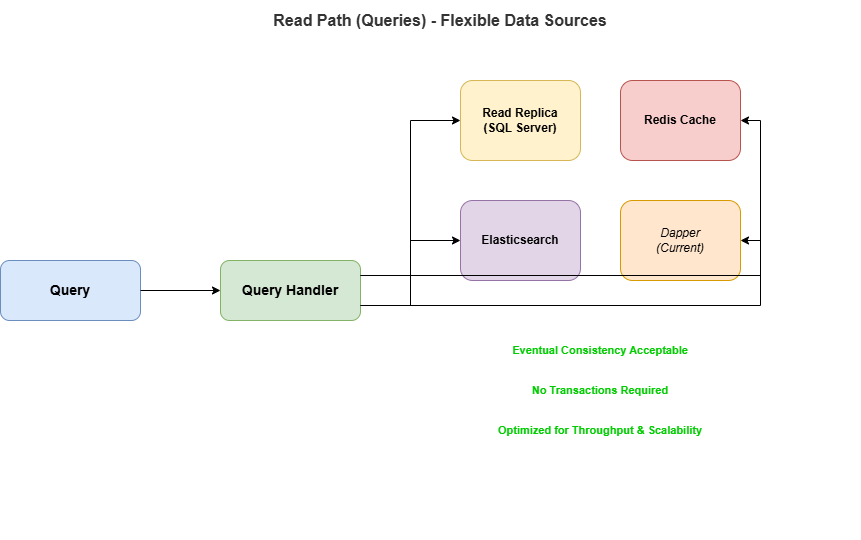
Above: docs/diagrams/QueryFlow.png in mohd2sh/CleanArchitecture-DDD-CQRS (draw.io), before the change. Source tidied: cells renumbered, new cells last; positions are measured from the earlier drawing's top-left corner, leaving out a move shared by most shapes.
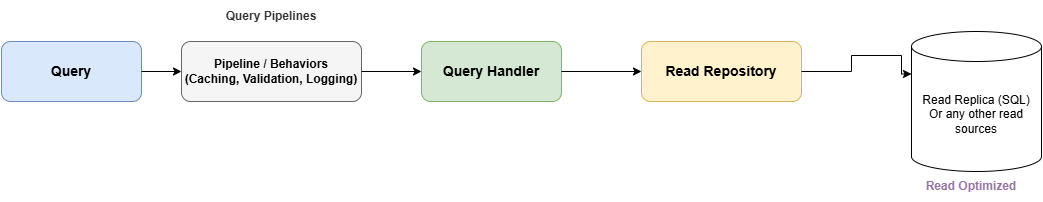
The same file after the commit.

Change to the diagram source:
```diff
@@ -3,52 +3,43 @@
     <mxCell id="0" />
     <mxCell id="1" parent="0" />
     <mxCell id="2" value="Query" style="rounded=1;whiteSpace=wrap;html=1;fillColor=#dae8fc;strokeColor=#6c8ebf;fontStyle=1;fontSize=14;" parent="1" vertex="1">
-      <mxGeometry y="260" width="140" height="60" as="geometry" />
+      <mxGeometry y="80" width="140" height="60" as="geometry" />
     </mxCell>
+    <mxCell id="18" value="Pipeline / Behaviors&#10;(Caching, Validation, Logging)" style="rounded=1;whiteSpace=wrap;html=1;fillColor=#f5f5f5;strokeColor=#666666;fontStyle=1;fontSize=12;align=center;" parent="1" vertex="1">
+      <mxGeometry x="180" y="80" width="180" height="60" as="geometry" />
+    </mxCell>
-    <mxCell id="3" value="Query Handler" style="rounded=1;whiteSpace=wrap;html=1;fillColor=#d5e8d4;strokeColor=#82b366;fontStyle=1;fontSize=14;align=center;" parent="1" vertex="1">
-      <mxGeometry x="220" y="260" width="140" height="60" as="geometry" />
+    <mxCell id="3" value="Query Handler" style="rounded=1;whiteSpace=wrap;html=1;fillColor=#d5e8d4;strokeColor=#82b366;fontStyle=1;fontSize=14;" parent="1" vertex="1">
+      <mxGeometry x="420" y="80" width="140" height="60" as="geometry" />
     </mxCell>
-    <mxCell id="4" style="rounded=0;whiteSpace=wrap;html=1;strokeColor=none;fillColor=none;" parent="1" vertex="1">
-      <mxGeometry x="440" y="60" width="420" height="480" as="geometry" />
-    </mxCell>
-    <mxCell id="5" value="Read Replica&#10;(SQL Server)" style="rounded=1;whiteSpace=wrap;html=1;fillColor=#fff2cc;strokeColor=#d6b656;fontStyle=1;fontSize=12;align=center;" parent="1" vertex="1">
-      <mxGeometry x="460" y="80" width="120" height="80" as="geometry" />
-    </mxCell>
-    <mxCell id="6" value="Redis Cache" style="rounded=1;whiteSpace=wrap;html=1;fillColor=#f8cecc;strokeColor=#b85450;fontStyle=1;fontSize=12;align=center;" parent="1" vertex="1">
-      <mxGeometry x="620" y="80" width="120" height="80" as="geometry" />
-    </mxCell>
-    <mxCell id="7" value="Elasticsearch" style="rounded=1;whiteSpace=wrap;html=1;fillColor=#e1d5e7;strokeColor=#9673a6;fontStyle=1;fontSize=12;align=center;" parent="1" vertex="1">
-      <mxGeometry x="460" y="200" width="120" height="80" as="geometry" />
-    </mxCell>
-    <mxCell id="8" value="Dapper&#10;(Current)" style="rounded=1;whiteSpace=wrap;html=1;fillColor=#ffe6cc;strokeColor=#d79b00;fontStyle=1;fontSize=12;align=center;fontStyle=2;" parent="1" vertex="1">
-      <mxGeometry x="620" y="200" width="120" height="80" as="geometry" />
-    </mxCell>
-    <mxCell id="9" value="Eventual Consistency Acceptable" style="text;html=1;strokeColor=none;fillColor=none;align=center;verticalAlign=middle;whiteSpace=wrap;rounded=0;fontStyle=1;fontSize=11;fontColor=#00CC00;" parent="1" vertex="1">
-      <mxGeometry x="460" y="330" width="280" height="40" as="geometry" />
-    </mxCell>
-    <mxCell id="10" value="No Transactions Required" style="text;html=1;strokeColor=none;fillColor=none;align=center;verticalAlign=middle;whiteSpace=wrap;rounded=0;fontStyle=1;fontSize=11;fontColor=#00CC00;" parent="1" vertex="1">
-      <mxGeometry x="460" y="370" width="280" height="40" as="geometry" />
-    </mxCell>
-    <mxCell id="11" value="Optimized for Throughput &amp; Scalability" style="text;html=1;strokeColor=none;fillColor=none;align=center;verticalAlign=middle;whiteSpace=wrap;rounded=0;fontStyle=1;fontSize=11;fontColor=#00CC00;" parent="1" vertex="1">
-      <mxGeometry x="460" y="410" width="280" height="40" as="geometry" />
-    </mxCell>
+    <mxCell id="19" value="Read Repository" style="rounded=1;whiteSpace=wrap;html=1;fillColor=#fff2cc;strokeColor=#d6b656;fontStyle=1;fontSize=14;align=center;" parent="1" vertex="1">
+      <mxGeometry x="640" y="80" width="160" height="60" as="geometry" />
+    </mxCell>
-    <mxCell id="12" style="edgeStyle=orthogonalEdgeStyle;rounded=0;jettySize=auto;html=1;exitX=1;exitY=0.5;entryX=0;entryY=0.5;" parent="1" edge="1" source="2" target="3">
+    <mxCell id="12" style="edgeStyle=orthogonalEdgeStyle;rounded=0;html=1;exitX=1;exitY=0.5;entryX=0;entryY=0.5;" parent="1" edge="1" source="2" target="18">
       <mxGeometry relative="1" as="geometry" />
     </mxCell>
-    <mxCell id="13" style="edgeStyle=orthogonalEdgeStyle;rounded=0;jettySize=auto;html=1;exitX=1;exitY=0.25;entryX=0.25;entryY=0.5;" parent="1" edge="1" source="3" target="5">
+    <mxCell id="13" style="edgeStyle=orthogonalEdgeStyle;rounded=0;html=1;exitX=1;exitY=0.5;entryX=0;entryY=0.5;" parent="1" edge="1" source="18" target="3">
       <mxGeometry relative="1" as="geometry" />
     </mxCell>
-    <mxCell id="14" style="edgeStyle=orthogonalEdgeStyle;rounded=0;jettySize=auto;html=1;exitX=1;exitY=0.25;entryX=0.75;entryY=0.5;" parent="1" edge="1" source="3" target="6">
+    <mxCell id="14" style="edgeStyle=orthogonalEdgeStyle;rounded=0;html=1;exitX=1;exitY=0.5;entryX=0;entryY=0.5;" parent="1" edge="1" source="3" target="19">
       <mxGeometry relative="1" as="geometry" />
     </mxCell>
-    <mxCell id="15" style="edgeStyle=orthogonalEdgeStyle;rounded=0;jettySize=auto;html=1;exitX=1;exitY=0.75;entryX=0.25;entryY=0.5;" parent="1" edge="1" source="3" target="7">
-      <mxGeometry relative="1" as="geometry" />
+    <mxCell id="15" style="edgeStyle=orthogonalEdgeStyle;rounded=0;html=1;exitX=1;exitY=0.5;entryX=0;entryY=0;entryDx=0;entryDy=42.5;entryPerimeter=0;" parent="1" edge="1" source="19" target="22">
+      <mxGeometry relative="1" as="geometry">
+        <Array as="points">
+          <mxPoint x="850" y="110" />
+          <mxPoint x="850" y="94" />
+          <mxPoint x="900" y="94" />
+        </Array>
+      </mxGeometry>
     </mxCell>
-    <mxCell id="16" style="edgeStyle=orthogonalEdgeStyle;rounded=0;jettySize=auto;html=1;exitX=1;exitY=0.75;entryX=0.75;entryY=0.5;" parent="1" edge="1" source="3" target="8">
-      <mxGeometry relative="1" as="geometry" />
-    </mxCell>
-    <mxCell id="17" value="Read Path (Queries) - Flexible Data Sources" style="text;html=1;strokeColor=none;fillColor=none;align=center;verticalAlign=middle;whiteSpace=wrap;rounded=0;fontStyle=1;fontSize=16;fontColor=#333333;" parent="1" vertex="1">
-      <mxGeometry x="140" width="600" height="40" as="geometry" />
-    </mxCell>
+    <mxCell id="20" value="Query Pipelines" style="text;html=1;strokeColor=none;fillColor=none;align=center;verticalAlign=middle;whiteSpace=wrap;rounded=0;fontStyle=1;fontColor=#333333;" parent="1" vertex="1">
+      <mxGeometry x="210" y="40" width="120" height="30" as="geometry" />
+    </mxCell>
+    <mxCell id="21" value="Read Optimized" style="text;html=1;strokeColor=none;fillColor=none;align=center;verticalAlign=middle;whiteSpace=wrap;rounded=0;fontStyle=1;fontColor=#9673a6;" parent="1" vertex="1">
+      <mxGeometry x="910" y="210" width="120" height="30" as="geometry" />
+    </mxCell>
+    <mxCell id="22" value="Read Replica (SQL)&lt;br&gt;Or any other read sources" style="shape=cylinder3;whiteSpace=wrap;html=1;boundedLbl=1;backgroundOutline=1;size=15;" parent="1" vertex="1">
+      <mxGeometry x="910" y="70" width="130" height="140" as="geometry" />
+    </mxCell>
   </root>
 </mxGraphModel>
```
